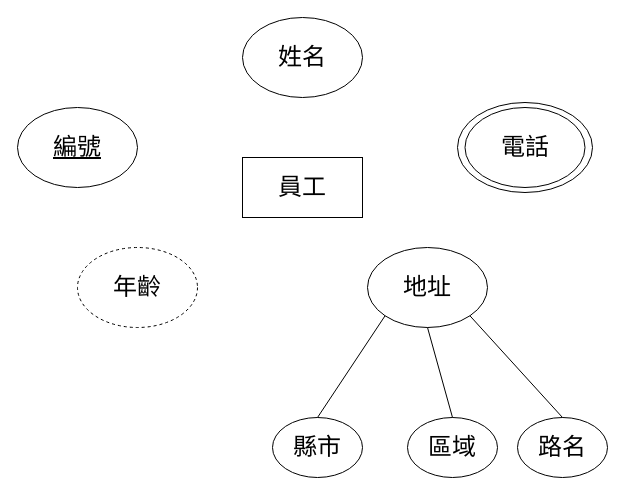
The draw.io diagram Lab04/1.drawio in 110B13203/DataBase, before the edit. Source tidied: cells renumbered, new cells numbered last; positions are measured from the earlier drawing's top-left corner, leaving out a move shared by most shapes. Both pictures are drawn from the tidied source at 100%, with x=0, y=0 at pixel (17, 17).
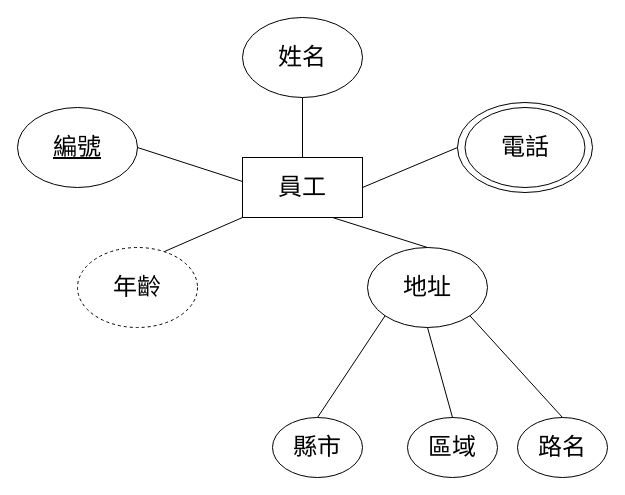
The same page after the edit.

The edit, as a diff of the source:
```diff
@@
 <mxGraphModel>
   <root>
     <mxCell id="0" />
     <mxCell id="1" parent="0" />
     <mxCell id="2" style="ellipse;whiteSpace=wrap;html=1;" parent="1" vertex="1">
       <mxGeometry x="440" y="85" width="135" height="90" as="geometry" />
     </mxCell>
     <mxCell id="3" value="&lt;font style=&quot;font-size: 24px;&quot;&gt;員工&lt;/font&gt;" style="rounded=0;whiteSpace=wrap;html=1;" parent="1" vertex="1">
       <mxGeometry x="225" y="140" width="120" height="60" as="geometry" />
     </mxCell>
     <mxCell id="4" value="&lt;font style=&quot;font-size: 24px;&quot;&gt;&lt;u&gt;編號&lt;/u&gt;&lt;/font&gt;" style="ellipse;whiteSpace=wrap;html=1;" parent="1" vertex="1">
       <mxGeometry y="90" width="120" height="80" as="geometry" />
     </mxCell>
     <mxCell id="5" value="&lt;font style=&quot;font-size: 24px;&quot;&gt;姓名&lt;/font&gt;" style="ellipse;whiteSpace=wrap;html=1;" parent="1" vertex="1">
       <mxGeometry x="225" width="120" height="80" as="geometry" />
     </mxCell>
     <mxCell id="6" value="&lt;font style=&quot;font-size: 24px;&quot;&gt;電話&lt;/font&gt;" style="ellipse;whiteSpace=wrap;html=1;" parent="1" vertex="1">
       <mxGeometry x="447.5" y="90" width="120" height="80" as="geometry" />
     </mxCell>
     <mxCell id="7" value="&lt;font style=&quot;font-size: 24px;&quot;&gt;年齡&lt;/font&gt;" style="ellipse;whiteSpace=wrap;html=1;dashed=1;" parent="1" vertex="1">
       <mxGeometry x="60" y="230" width="120" height="80" as="geometry" />
     </mxCell>
     <mxCell id="8" value="&lt;font style=&quot;font-size: 24px;&quot;&gt;地址&lt;/font&gt;" style="ellipse;whiteSpace=wrap;html=1;" parent="1" vertex="1">
       <mxGeometry x="350" y="230" width="120" height="80" as="geometry" />
     </mxCell>
     <mxCell id="9" value="&lt;font style=&quot;font-size: 24px;&quot;&gt;路名&lt;/font&gt;" style="ellipse;whiteSpace=wrap;html=1;" parent="1" vertex="1">
       <mxGeometry x="500" y="400" width="90" height="60" as="geometry" />
     </mxCell>
     <mxCell id="10" value="&lt;font style=&quot;font-size: 24px;&quot;&gt;區域&lt;/font&gt;" style="ellipse;whiteSpace=wrap;html=1;" parent="1" vertex="1">
       <mxGeometry x="390" y="400" width="90" height="60" as="geometry" />
     </mxCell>
     <mxCell id="11" value="&lt;font style=&quot;font-size: 24px;&quot;&gt;縣市&lt;/font&gt;" style="ellipse;whiteSpace=wrap;html=1;" parent="1" vertex="1">
       <mxGeometry x="255" y="400" width="90" height="60" as="geometry" />
     </mxCell>
     <mxCell id="12" style="endArrow=none;html=1;rounded=0;entryX=0;entryY=1;entryDx=0;entryDy=0;exitX=0.5;exitY=0;exitDx=0;exitDy=0;" parent="1" edge="1" source="11" target="8">
       <mxGeometry relative="1" as="geometry" />
     </mxCell>
     <mxCell id="13" style="endArrow=none;html=1;rounded=0;entryX=0.5;entryY=1;entryDx=0;entryDy=0;exitX=0.5;exitY=0;exitDx=0;exitDy=0;" parent="1" edge="1" source="10" target="8">
       <mxGeometry relative="1" as="geometry" />
     </mxCell>
     <mxCell id="14" style="endArrow=none;html=1;rounded=0;entryX=1;entryY=1;entryDx=0;entryDy=0;exitX=0.5;exitY=0;exitDx=0;exitDy=0;" parent="1" edge="1" source="9" target="8">
       <mxGeometry relative="1" as="geometry" />
     </mxCell>
+    <mxCell id="15" style="endArrow=none;html=1;rounded=0;exitX=0.725;exitY=0.05;exitDx=0;exitDy=0;exitPerimeter=0;entryX=0;entryY=1;entryDx=0;entryDy=0;" parent="1" edge="1" source="7" target="3">
+      <mxGeometry relative="1" as="geometry" />
+    </mxCell>
+    <mxCell id="16" style="endArrow=none;html=1;rounded=0;exitX=1;exitY=0.5;exitDx=0;exitDy=0;entryX=0;entryY=0.4;entryDx=0;entryDy=0;entryPerimeter=0;" parent="1" edge="1" source="4" target="3">
+      <mxGeometry relative="1" as="geometry" />
+    </mxCell>
+    <mxCell id="17" style="endArrow=none;html=1;rounded=0;entryX=0.5;entryY=1;entryDx=0;entryDy=0;exitX=0.5;exitY=0;exitDx=0;exitDy=0;" parent="1" edge="1" source="3" target="5">
+      <mxGeometry relative="1" as="geometry" />
+    </mxCell>
+    <mxCell id="18" style="endArrow=none;html=1;rounded=0;entryX=0;entryY=0.5;entryDx=0;entryDy=0;exitX=1;exitY=0.5;exitDx=0;exitDy=0;" parent="1" edge="1" source="3" target="2">
+      <mxGeometry relative="1" as="geometry" />
+    </mxCell>
+    <mxCell id="19" style="endArrow=none;html=1;rounded=0;entryX=0.75;entryY=1;entryDx=0;entryDy=0;exitX=0.5;exitY=0;exitDx=0;exitDy=0;" parent="1" edge="1" source="8" target="3">
+      <mxGeometry relative="1" as="geometry" />
+    </mxCell>
   </root>
 </mxGraphModel>
```
